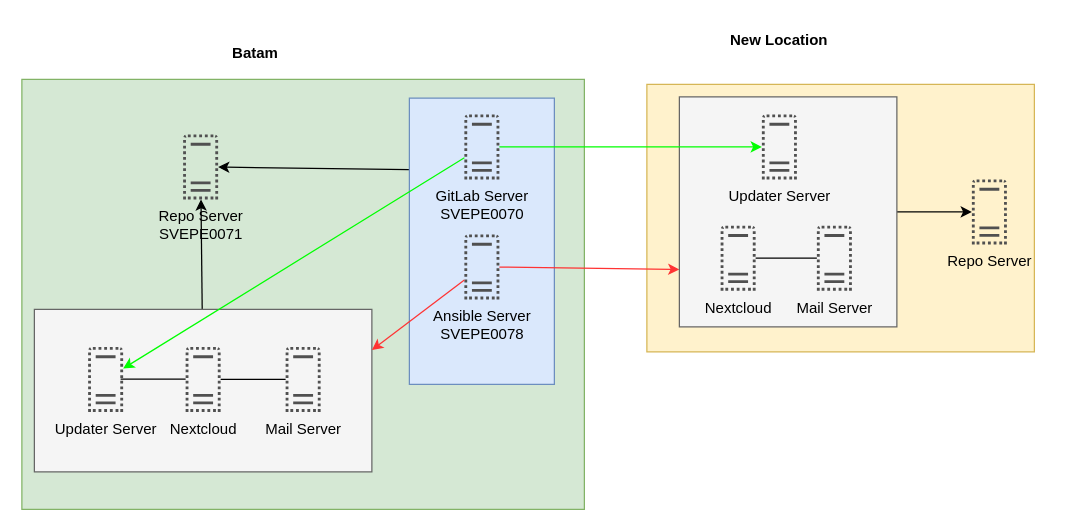
The draw.io diagram nextcloud.drawio in iippam/proyek-01, before the edit. Source tidied: cells renumbered, new cells numbered last; positions are measured from the earlier drawing's top-left corner, leaving out a move shared by most shapes. Both pictures are drawn from the tidied source at 125%, with x=0, y=0 at pixel (21, 21).
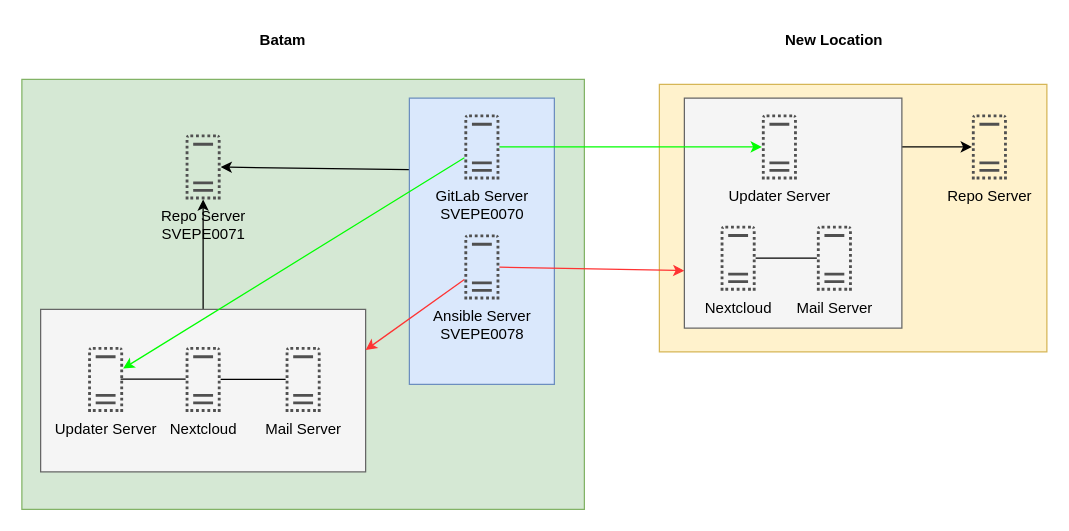
The same page after the edit.

What changed in the source:
```diff
@@
     <mxCell id="2" style="rounded=0;whiteSpace=wrap;html=1;fillColor=#fff2cc;strokeColor=#d6b656;" parent="1" vertex="1">
-      <mxGeometry x="500" y="50" width="310" height="214" as="geometry" />
+      <mxGeometry x="510" y="50" width="310" height="214" as="geometry" />
     </mxCell>
@@
     <mxCell id="7" style="rounded=0;whiteSpace=wrap;html=1;fillColor=#f5f5f5;strokeColor=#666666;fontColor=#333333;" parent="1" vertex="1">
-      <mxGeometry x="10" y="230" width="270" height="130" as="geometry" />
+      <mxGeometry x="15" y="230" width="260" height="130" as="geometry" />
     </mxCell>
@@
     <mxCell id="10" value="Repo Server&lt;div&gt;SVEPE0071&lt;/div&gt;" style="sketch=0;shadow=0;dashed=0;html=1;strokeColor=none;fillColor=#505050;labelPosition=center;verticalLabelPosition=bottom;verticalAlign=top;outlineConnect=0;align=center;shape=mxgraph.office.servers.virtual_server;" parent="1" vertex="1">
-      <mxGeometry x="129" y="90" width="28" height="52" as="geometry" />
+      <mxGeometry x="131" y="90" width="28" height="52" as="geometry" />
     </mxCell>
@@
-    <mxCell id="17" style="edgeStyle=none;rounded=0;jettySize=auto;html=1;" parent="1" edge="1" source="18" target="21">
+    <mxCell id="17" style="edgeStyle=none;rounded=0;jettySize=auto;html=1;exitX=0.977;exitY=0.212;exitDx=0;exitDy=0;exitPerimeter=0;" parent="1" edge="1" source="18" target="21">
       <mxGeometry relative="1" as="geometry" />
     </mxCell>
     <mxCell id="18" style="rounded=0;whiteSpace=wrap;html=1;fillColor=#f5f5f5;strokeColor=#666666;fontColor=#333333;" parent="1" vertex="1">
-      <mxGeometry x="526" y="60" width="174" height="184" as="geometry" />
+      <mxGeometry x="530" y="61" width="174" height="184" as="geometry" />
     </mxCell>
@@
     <mxCell id="21" value="Repo Server" style="sketch=0;shadow=0;dashed=0;html=1;strokeColor=none;fillColor=#505050;labelPosition=center;verticalLabelPosition=bottom;verticalAlign=top;outlineConnect=0;align=center;shape=mxgraph.office.servers.virtual_server;" parent="1" vertex="1">
-      <mxGeometry x="760" y="126" width="28" height="52" as="geometry" />
+      <mxGeometry x="760" y="74" width="28" height="52" as="geometry" />
     </mxCell>
@@
     <mxCell id="24" value="&lt;b&gt;Batam&lt;/b&gt;" style="text;html=1;align=center;verticalAlign=middle;whiteSpace=wrap;rounded=0;" parent="1" vertex="1">
-      <mxGeometry x="157" y="10" width="60" height="30" as="geometry" />
+      <mxGeometry x="179" width="60" height="30" as="geometry" />
     </mxCell>
     <mxCell id="25" value="&lt;b&gt;New Location&lt;/b&gt;" style="text;html=1;align=center;verticalAlign=middle;whiteSpace=wrap;rounded=0;" parent="1" vertex="1">
-      <mxGeometry x="551" width="110" height="30" as="geometry" />
+      <mxGeometry x="595" width="110" height="30" as="geometry" />
     </mxCell>
```
